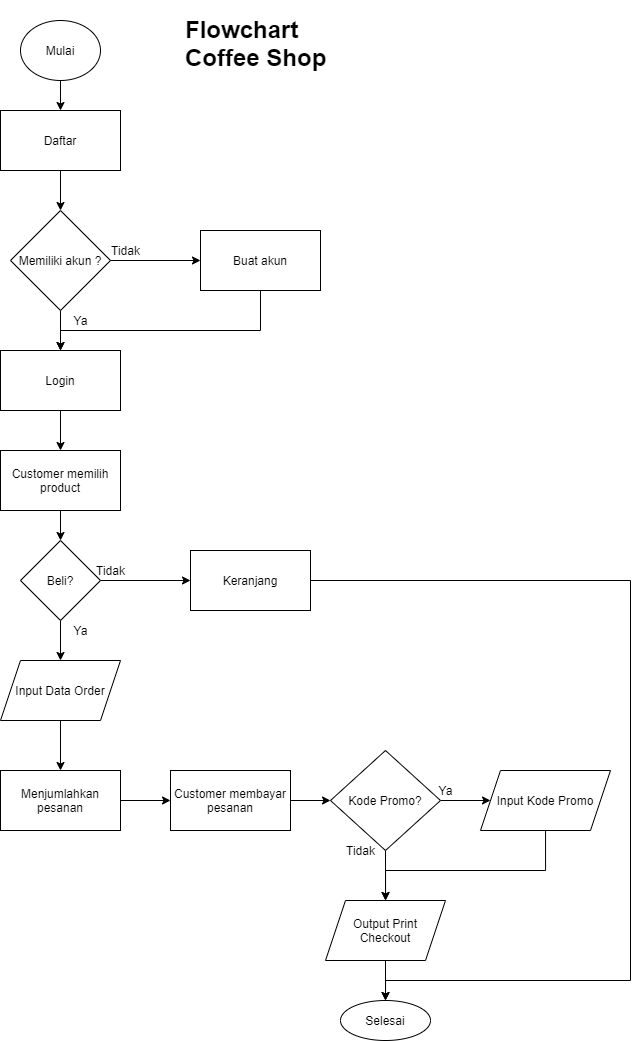
Above: etc/Flowchart-Coffee-shop.png in hasbiak/Express-O-Coffee-Backend (draw.io), before the change. Source tidied: cells renumbered, new cells last; positions are measured from the earlier drawing's top-left corner, leaving out a move shared by most shapes.
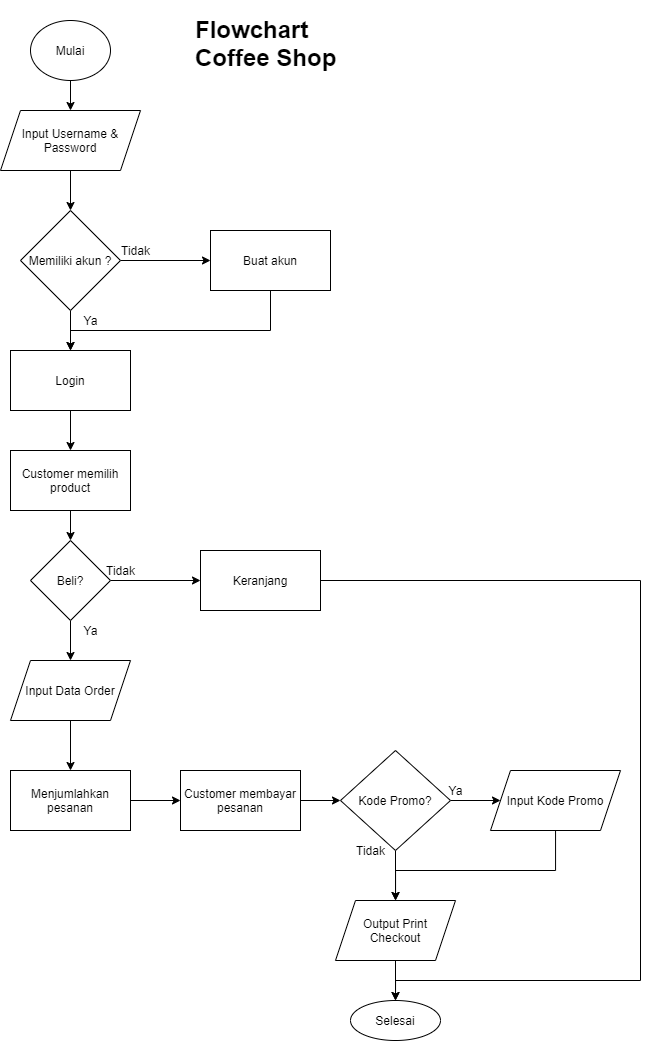
After the commit.

Commit message:
Updated mysql/flowchart,  product , coupon and history

The edit, as a diff of the source:
```diff
@@ -2,8 +2,10 @@
   <root>
     <mxCell id="0" />
     <mxCell id="1" parent="0" />
-    <mxCell id="2" style="edgeStyle=orthogonalEdgeStyle;rounded=0;jettySize=auto;html=1;entryX=0.5;entryY=0;entryDx=0;entryDy=0;" parent="1" edge="1" source="3" target="21">
-      <mxGeometry relative="1" as="geometry" />
+    <mxCell id="2" style="edgeStyle=orthogonalEdgeStyle;rounded=0;jettySize=auto;html=1;entryX=0.5;entryY=0;entryDx=0;entryDy=0;" parent="1" edge="1" source="3">
+      <mxGeometry relative="1" as="geometry">
+        <mxPoint x="60" y="100" as="targetPoint" />
+      </mxGeometry>
     </mxCell>
     <mxCell id="3" value="Mulai" style="ellipse;whiteSpace=wrap;html=1;" parent="1" vertex="1">
       <mxGeometry x="20" y="10" width="80" height="60" as="geometry" />
@@ -56,12 +58,11 @@
     <mxCell id="19" value="&lt;h1&gt;Flowchart Coffee Shop&lt;/h1&gt;" style="text;html=1;strokeColor=none;fillColor=none;spacing=5;spacingTop=-20;whiteSpace=wrap;overflow=hidden;rounded=0;" parent="1" vertex="1">
       <mxGeometry x="180" width="190" height="120" as="geometry" />
     </mxCell>
-    <mxCell id="20" style="edgeStyle=orthogonalEdgeStyle;rounded=0;jettySize=auto;html=1;entryX=0.5;entryY=0;entryDx=0;entryDy=0;" parent="1" edge="1" source="21" target="24">
-      <mxGeometry relative="1" as="geometry" />
+    <mxCell id="20" style="edgeStyle=orthogonalEdgeStyle;rounded=0;jettySize=auto;html=1;entryX=0.5;entryY=0;entryDx=0;entryDy=0;" parent="1" edge="1" target="24">
+      <mxGeometry relative="1" as="geometry">
+        <mxPoint x="60" y="160" as="sourcePoint" />
+      </mxGeometry>
     </mxCell>
-    <mxCell id="21" value="Daftar" style="rounded=0;whiteSpace=wrap;html=1;" parent="1" vertex="1">
-      <mxGeometry y="100" width="120" height="60" as="geometry" />
-    </mxCell>
     <mxCell id="22" style="edgeStyle=orthogonalEdgeStyle;rounded=0;jettySize=auto;html=1;entryX=0;entryY=0.5;entryDx=0;entryDy=0;" parent="1" edge="1" source="24" target="28">
       <mxGeometry relative="1" as="geometry" />
     </mxCell>
@@ -135,5 +136,8 @@
     <mxCell id="40" value="Ya" style="text;html=1;align=center;verticalAlign=middle;" parent="1" vertex="1">
       <mxGeometry x="430" y="770" width="30" height="20" as="geometry" />
     </mxCell>
+    <mxCell id="41" value="Input Username &amp;amp; Password" style="shape=parallelogram;perimeter=parallelogramPerimeter;whiteSpace=wrap;html=1;fixedSize=1;" parent="1" vertex="1">
+      <mxGeometry x="-10" y="100" width="140" height="60" as="geometry" />
+    </mxCell>
   </root>
 </mxGraphModel>
```
